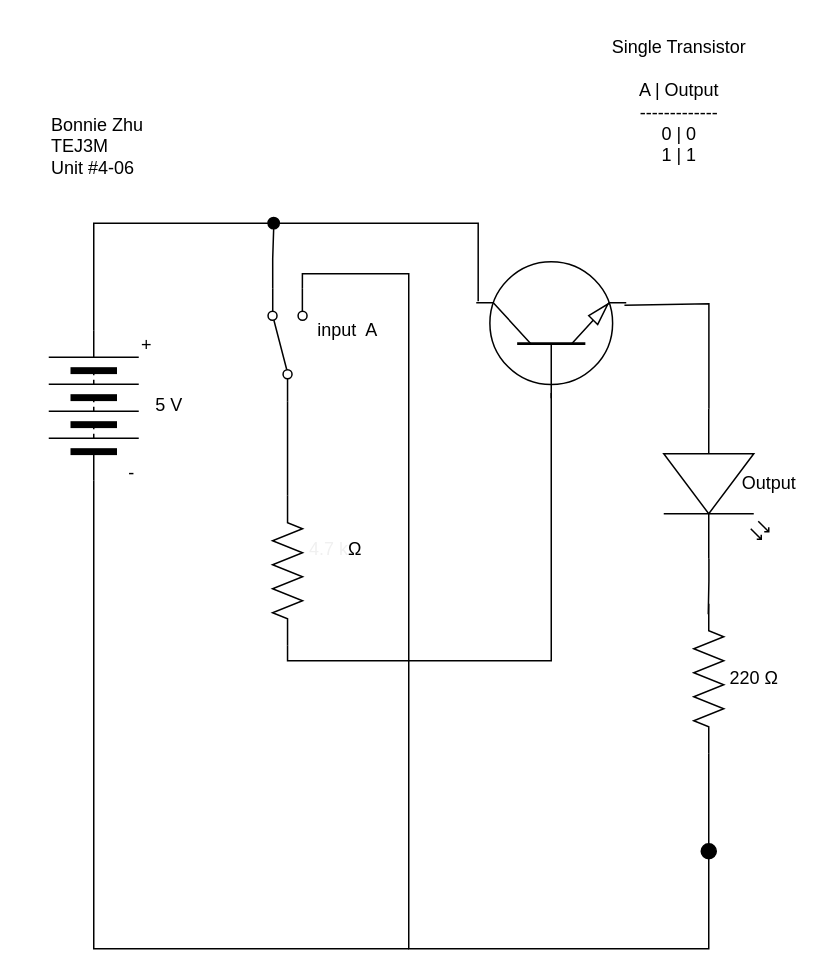
Earlier version of the draw.io diagram unit4-06/diagam.drawio (Bonnie-Zhu/TEJ3M-unit4). Source tidied: cells renumbered, new cells numbered last; positions are measured from the earlier drawing's top-left corner, leaving out a move shared by most shapes. Both pictures are drawn from the tidied source at 150%, with x=0, y=0 at pixel (48, 26).
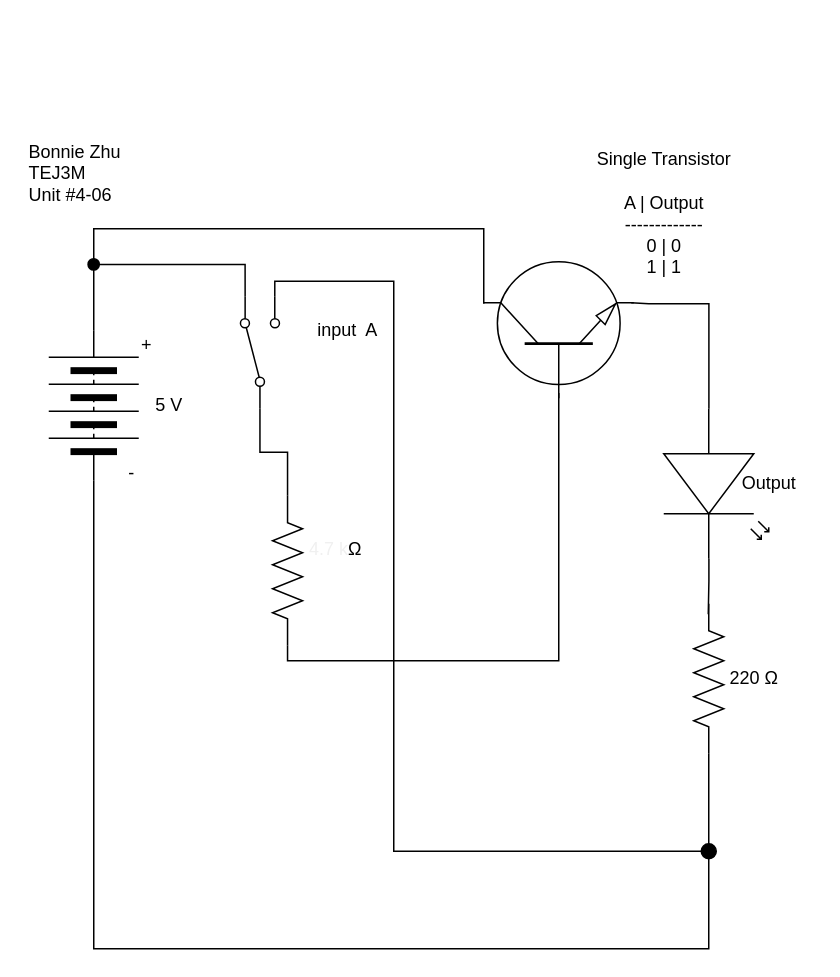
The same diagram, later.

The change refers to these unchanged cells:
```xml
<mxCell id="6" style="verticalLabelPosition=bottom;shadow=0;dashed=0;align=center;html=1;verticalAlign=top;shape=mxgraph.electrical.opto_electronics.led_2;direction=south;" parent="1" vertex="1">
  <mxGeometry x="410" y="255" width="70" height="100" as="geometry" />
</mxCell>
<mxCell id="9" style="verticalLabelPosition=bottom;shadow=0;dashed=0;align=center;html=1;verticalAlign=top;shape=mxgraph.electrical.miscellaneous.batteryStack;direction=north;" parent="1" vertex="1">
  <mxGeometry y="203" width="60" height="100" as="geometry" />
</mxCell>
<mxCell id="19" style="ellipse;whiteSpace=wrap;html=1;strokeColor=#000000;fillColor=#000000;" parent="1" vertex="1">
  <mxGeometry x="435" y="545" width="10" height="10" as="geometry" />
</mxCell>
```

The edit, as a diff of the source:
```diff
@@
-    <mxCell id="4" style="edgeStyle=orthogonalEdgeStyle;rounded=0;html=1;exitX=0;exitY=0.57;exitDx=0;exitDy=0;exitPerimeter=0;entryX=0.674;entryY=1.065;entryDx=0;entryDy=0;entryPerimeter=0;endArrow=none;endFill=0;" parent="1" edge="1" source="6" target="22">
+    <mxCell id="4" style="edgeStyle=orthogonalEdgeStyle;rounded=0;html=1;exitX=0;exitY=0.57;exitDx=0;exitDy=0;exitPerimeter=0;endArrow=none;endFill=0;entryX=0.692;entryY=1.059;entryDx=0;entryDy=0;entryPerimeter=0;" parent="1" edge="1" source="6" target="22">
       <mxGeometry relative="1" as="geometry">
         <Array as="points">
           <mxPoint x="440" y="185" />
-          <mxPoint x="384" y="185" />
+          <mxPoint x="400" y="185" />
         </Array>
       </mxGeometry>
     </mxCell>
@@
+    <mxCell id="8" style="edgeStyle=orthogonalEdgeStyle;rounded=0;html=1;exitX=0;exitY=0.5;exitDx=0;exitDy=0;endArrow=none;endFill=0;entryX=1;entryY=1;entryDx=0;entryDy=0;" parent="1" edge="1" source="9" target="19">
+      <mxGeometry relative="1" as="geometry">
+        <Array as="points">
+          <mxPoint x="30" y="615" />
+          <mxPoint x="440" y="615" />
+          <mxPoint x="440" y="554" />
+        </Array>
+      </mxGeometry>
+    </mxCell>
-    <mxCell id="7" style="edgeStyle=orthogonalEdgeStyle;rounded=0;html=1;exitX=1;exitY=0.5;exitDx=0;exitDy=0;entryX=0;entryY=0.5;entryDx=0;entryDy=0;endArrow=none;endFill=0;" parent="1" edge="1" source="9" target="27">
-      <mxGeometry relative="1" as="geometry" />
+    <mxCell id="7" style="edgeStyle=orthogonalEdgeStyle;html=1;exitX=1;exitY=0.5;exitDx=0;exitDy=0;entryX=0.5;entryY=0;entryDx=0;entryDy=0;rounded=0;endArrow=none;endFill=0;" parent="1" edge="1" source="9" target="27">
+      <mxGeometry relative="1" as="geometry">
+        <Array as="points">
+          <mxPoint x="30" y="165" />
+          <mxPoint x="30" y="165" />
+        </Array>
+      </mxGeometry>
     </mxCell>
-    <mxCell id="8" style="edgeStyle=orthogonalEdgeStyle;rounded=0;html=1;exitX=0;exitY=0.5;exitDx=0;exitDy=0;endArrow=none;endFill=0;" parent="1" edge="1" source="9">
-      <mxGeometry relative="1" as="geometry">
-        <mxPoint x="240" y="615" as="targetPoint" />
-        <Array as="points">
-          <mxPoint x="30" y="615" />
-        </Array>
-      </mxGeometry>
-    </mxCell>
@@
     <mxCell id="14" value="Bonnie Zhu&lt;br&gt;TEJ3M&lt;br&gt;Unit #4-06" style="text;html=1;align=left;verticalAlign=middle;strokeColor=none;fillColor=none;" parent="1" vertex="1">
-      <mxGeometry y="50" width="90" height="60" as="geometry" />
+      <mxGeometry x="-15" y="67.5" width="90" height="60" as="geometry" />
     </mxCell>
-    <mxCell id="15" style="edgeStyle=orthogonalEdgeStyle;rounded=0;html=1;exitX=1;exitY=0.12;exitDx=0;exitDy=0;entryX=0.5;entryY=1;entryDx=0;entryDy=0;endArrow=none;endFill=0;" parent="1" edge="1" source="18" target="27">
-      <mxGeometry relative="1" as="geometry" />
-    </mxCell>
@@
-    <mxCell id="17" style="edgeStyle=orthogonalEdgeStyle;rounded=0;html=1;exitX=1;exitY=0.88;exitDx=0;exitDy=0;entryX=0.5;entryY=1;entryDx=0;entryDy=0;endArrow=none;endFill=0;" parent="1" edge="1" source="18" target="19">
+    <mxCell id="17" style="edgeStyle=orthogonalEdgeStyle;rounded=0;html=1;exitX=1;exitY=0.88;exitDx=0;exitDy=0;endArrow=none;endFill=0;entryX=0.5;entryY=1;entryDx=0;entryDy=0;" parent="1" edge="1" source="18" target="19">
       <mxGeometry relative="1" as="geometry">
         <Array as="points">
-          <mxPoint x="169" y="165" />
-          <mxPoint x="240" y="165" />
-          <mxPoint x="240" y="615" />
-          <mxPoint x="440" y="615" />
+          <mxPoint x="151" y="170" />
+          <mxPoint x="230" y="170" />
+          <mxPoint x="230" y="550" />
+          <mxPoint x="440" y="550" />
         </Array>
       </mxGeometry>
     </mxCell>
     <mxCell id="18" style="shape=mxgraph.electrical.electro-mechanical.twoWaySwitch;elSwitchState=2;direction=north;" parent="1" vertex="1">
-      <mxGeometry x="146.2" y="175" width="26" height="75" as="geometry" />
+      <mxGeometry x="127.8" y="180" width="26" height="75" as="geometry" />
     </mxCell>
@@
     <mxCell id="21" value="Single Transistor&lt;br&gt;&lt;br&gt;A | Output&lt;br&gt;-------------&lt;br&gt;0 | 0&lt;br&gt;1 | 1" style="text;html=1;align=center;verticalAlign=middle;strokeColor=none;fillColor=none;" parent="1" vertex="1">
-      <mxGeometry x="360" width="120" height="100" as="geometry" />
+      <mxGeometry x="350" y="75" width="120" height="100" as="geometry" />
     </mxCell>
     <mxCell id="22" style="verticalLabelPosition=bottom;shadow=0;dashed=0;align=center;html=1;verticalAlign=top;shape=mxgraph.electrical.transistors.npn_transistor_1;direction=north;" parent="1" vertex="1">
-      <mxGeometry x="285" y="155" width="100" height="95" as="geometry" />
+      <mxGeometry x="290" y="155" width="100" height="95" as="geometry" />
     </mxCell>
@@
+    <mxCell id="29" style="edgeStyle=orthogonalEdgeStyle;rounded=0;html=1;exitX=1;exitY=0.5;exitDx=0;exitDy=0;entryX=1;entryY=0.12;entryDx=0;entryDy=0;endArrow=none;endFill=0;" parent="1" edge="1" source="27" target="18">
+      <mxGeometry relative="1" as="geometry" />
+    </mxCell>
-    <mxCell id="26" style="edgeStyle=orthogonalEdgeStyle;rounded=0;html=1;entryX=0.702;entryY=-0.064;entryDx=0;entryDy=0;entryPerimeter=0;endArrow=none;endFill=0;" parent="1" edge="1" source="27" target="22">
-      <mxGeometry relative="1" as="geometry" />
+    <mxCell id="26" style="edgeStyle=orthogonalEdgeStyle;rounded=0;html=1;exitX=0;exitY=0.5;exitDx=0;exitDy=0;entryX=0.684;entryY=-0.079;entryDx=0;entryDy=0;entryPerimeter=0;endArrow=none;endFill=0;" parent="1" edge="1" source="27" target="22">
+      <mxGeometry relative="1" as="geometry">
+        <Array as="points">
+          <mxPoint x="30" y="159" />
+          <mxPoint x="30" y="135" />
+          <mxPoint x="290" y="135" />
+        </Array>
+      </mxGeometry>
     </mxCell>
     <mxCell id="27" style="ellipse;whiteSpace=wrap;html=1;strokeColor=#000000;fillColor=#000000;" parent="1" vertex="1">
-      <mxGeometry x="146.2" y="127.5" width="7.5" height="7.5" as="geometry" />
+      <mxGeometry x="26.2" y="155" width="7.5" height="7.5" as="geometry" />
     </mxCell>
```
